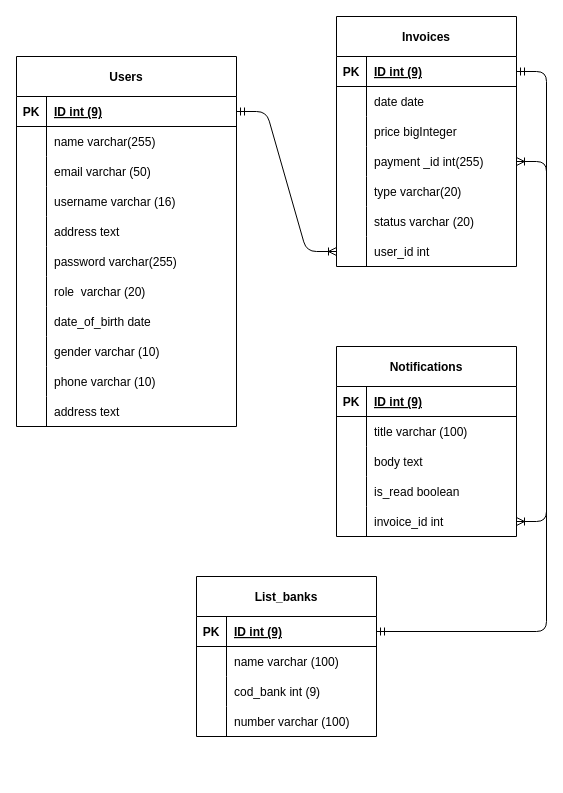
Above: docs/db.drawio in Team-20-Alterra/back-end (draw.io), before the change. Source tidied: cells renumbered, new cells numbered last; positions are measured from the earlier drawing's top-left corner, leaving out a move shared by most shapes. Both pictures are drawn from the tidied source at 100%, with x=0, y=0 at pixel (16, 16).
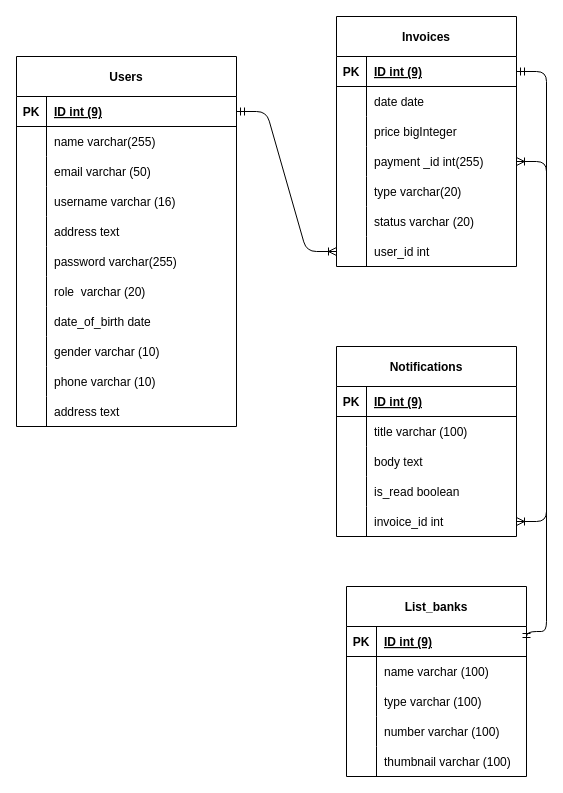
After the change.

Unchanged cells that the change refers to:
```xml
<mxCell id="83" style="shape=tableRow;horizontal=0;startSize=0;swimlaneHead=0;swimlaneBody=0;fillColor=none;top=0;left=0;right=0;bottom=0;shadow=0;swimlaneLine=1;" parent="76" vertex="1">
  <mxGeometry y="100" width="180" height="30" as="geometry" />
</mxCell>
```

Change to the diagram source:
```diff
@@
     <mxCell id="76" value="List_banks" style="shape=table;startSize=40;childLayout=tableLayout;rowLines=0;fontStyle=1;align=center;shadow=0;swimlaneLine=1;" parent="1" vertex="1">
-      <mxGeometry x="180" y="560" width="180" height="160" as="geometry" />
+      <mxGeometry x="330" y="570" width="180" height="190" as="geometry" />
     </mxCell>
@@
-    <mxCell id="84" style="shape=partialRectangle;fillColor=none;top=0;left=0;bottom=0;right=0;overflow=hidden;shadow=0;swimlaneLine=1;" parent="83" vertex="1">
-      <mxGeometry width="30" height="30" as="geometry" />
-    </mxCell>
-    <mxCell id="85" value="cod_bank int (9)" style="shape=partialRectangle;fillColor=none;top=0;left=0;bottom=0;right=0;align=left;spacingLeft=6;overflow=hidden;shadow=0;swimlaneLine=1;" parent="83" vertex="1">
-      <mxGeometry x="30" width="150" height="30" as="geometry" />
-    </mxCell>
+    <mxCell id="90" style="shape=partialRectangle;fillColor=none;top=0;left=0;bottom=0;right=0;overflow=hidden;shadow=0;swimlaneLine=1;" parent="83" vertex="1">
+      <mxGeometry width="30" height="30" as="geometry" />
+    </mxCell>
+    <mxCell id="91" value="type varchar (100)" style="shape=partialRectangle;fillColor=none;top=0;left=0;bottom=0;right=0;align=left;spacingLeft=6;overflow=hidden;shadow=0;swimlaneLine=1;" parent="83" vertex="1">
+      <mxGeometry x="30" width="150" height="30" as="geometry" />
+    </mxCell>
@@
+    <mxCell id="92" style="shape=tableRow;horizontal=0;startSize=0;swimlaneHead=0;swimlaneBody=0;fillColor=none;top=0;left=0;right=0;bottom=0;shadow=0;swimlaneLine=1;" parent="76" vertex="1">
+      <mxGeometry y="160" width="180" height="30" as="geometry" />
+    </mxCell>
+    <mxCell id="93" style="shape=partialRectangle;fillColor=none;top=0;left=0;bottom=0;right=0;overflow=hidden;shadow=0;swimlaneLine=1;" parent="92" vertex="1">
+      <mxGeometry width="30" height="30" as="geometry" />
+    </mxCell>
+    <mxCell id="94" value="thumbnail varchar (100)" style="shape=partialRectangle;fillColor=none;top=0;left=0;bottom=0;right=0;align=left;spacingLeft=6;overflow=hidden;shadow=0;swimlaneLine=1;" parent="92" vertex="1">
+      <mxGeometry x="30" width="150" height="30" as="geometry" />
+    </mxCell>
```
